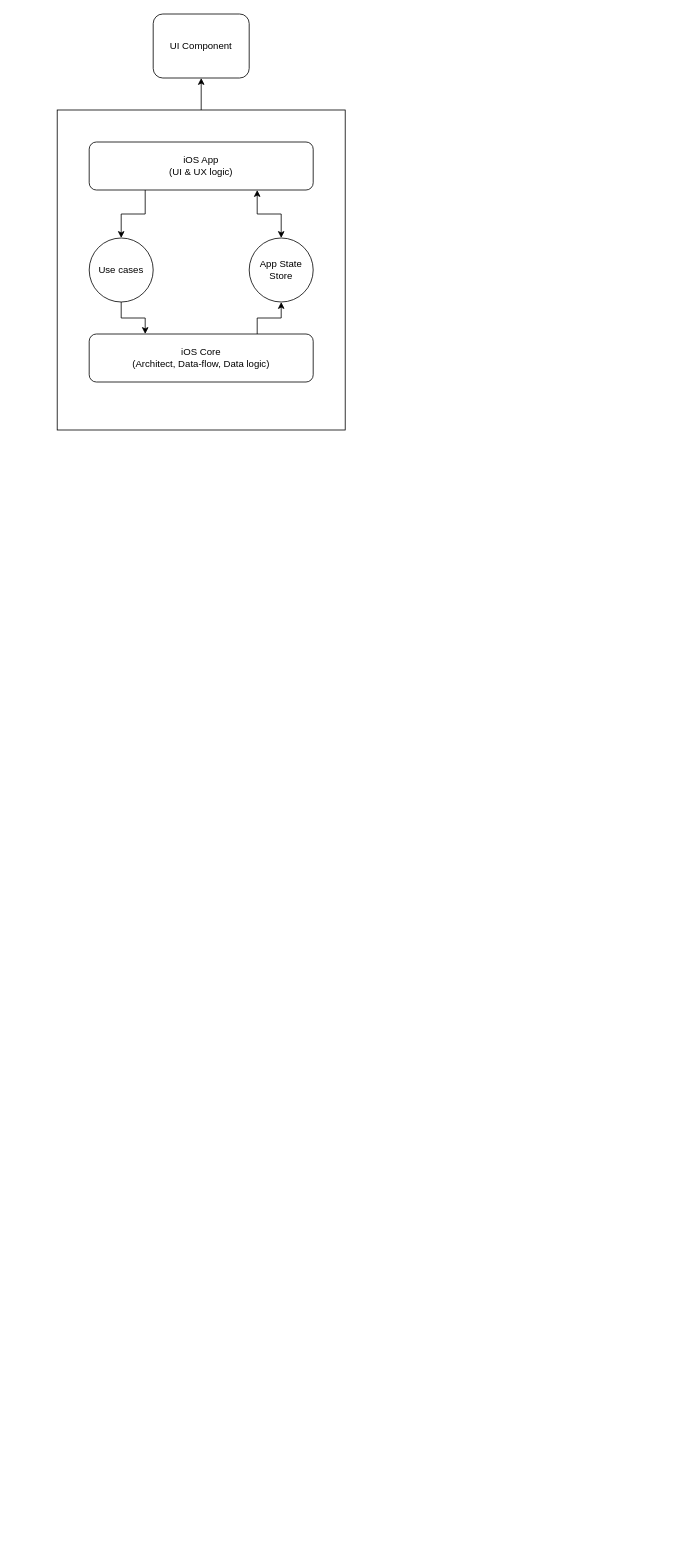
Above: iOS Architect.drawio in fanta1ty/weather_forecast (draw.io), before the change. Source tidied: cells renumbered, new cells numbered last; positions are measured from the earlier drawing's top-left corner, leaving out a move shared by most shapes. Both pictures are drawn from the tidied source at 80%, with x=0, y=0 at pixel (57, 14).
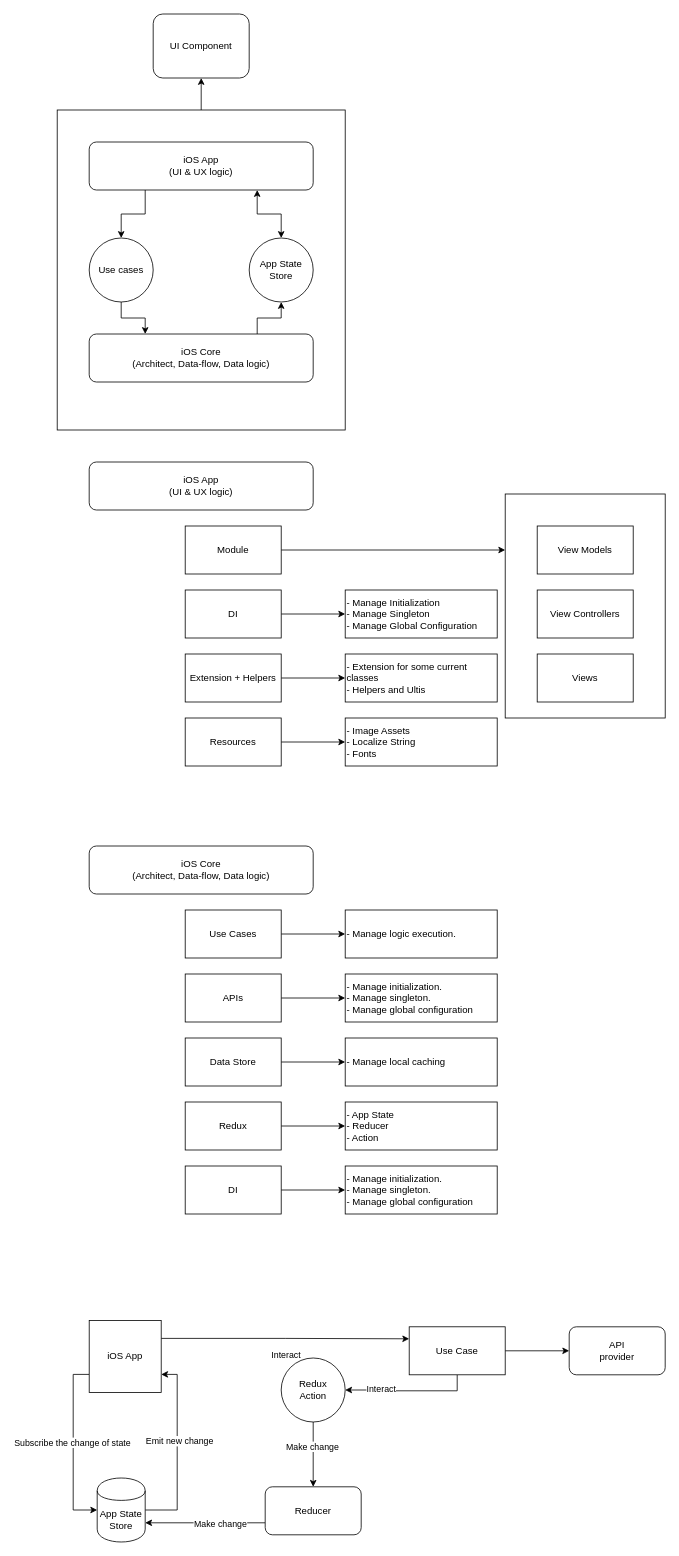
Above is the later version.

Diff of the diagram source:
```diff
@@
+    <mxCell id="13" style="rounded=0;whiteSpace=wrap;html=1;" parent="1" vertex="1">
+      <mxGeometry x="560" y="600" width="200" height="280" as="geometry" />
+    </mxCell>
@@
+    <mxCell id="14" value="iOS App&lt;br&gt;(UI &amp;amp; UX logic)" style="rounded=1;whiteSpace=wrap;html=1;" parent="1" vertex="1">
+      <mxGeometry x="40" y="560" width="280" height="60" as="geometry" />
+    </mxCell>
+    <mxCell id="15" style="edgeStyle=orthogonalEdgeStyle;rounded=0;jettySize=auto;html=1;exitX=1;exitY=0.5;exitDx=0;exitDy=0;entryX=0;entryY=0.25;entryDx=0;entryDy=0;" parent="1" edge="1" source="16" target="13">
+      <mxGeometry relative="1" as="geometry" />
+    </mxCell>
+    <mxCell id="16" value="Module" style="rounded=0;whiteSpace=wrap;html=1;" parent="1" vertex="1">
+      <mxGeometry x="160" y="640" width="120" height="60" as="geometry" />
+    </mxCell>
+    <mxCell id="17" style="edgeStyle=orthogonalEdgeStyle;rounded=0;jettySize=auto;html=1;exitX=1;exitY=0.5;exitDx=0;exitDy=0;entryX=0;entryY=0.5;entryDx=0;entryDy=0;" parent="1" edge="1" source="18" target="26">
+      <mxGeometry relative="1" as="geometry" />
+    </mxCell>
+    <mxCell id="18" value="DI" style="rounded=0;whiteSpace=wrap;html=1;" parent="1" vertex="1">
+      <mxGeometry x="160" y="720" width="120" height="60" as="geometry" />
+    </mxCell>
+    <mxCell id="19" style="edgeStyle=orthogonalEdgeStyle;rounded=0;jettySize=auto;html=1;exitX=1;exitY=0.5;exitDx=0;exitDy=0;entryX=0;entryY=0.5;entryDx=0;entryDy=0;" parent="1" edge="1" source="20" target="27">
+      <mxGeometry relative="1" as="geometry" />
+    </mxCell>
+    <mxCell id="20" value="Extension + Helpers" style="rounded=0;whiteSpace=wrap;html=1;" parent="1" vertex="1">
+      <mxGeometry x="160" y="800" width="120" height="60" as="geometry" />
+    </mxCell>
+    <mxCell id="21" style="edgeStyle=orthogonalEdgeStyle;rounded=0;jettySize=auto;html=1;exitX=1;exitY=0.5;exitDx=0;exitDy=0;" parent="1" edge="1" source="22" target="28">
+      <mxGeometry relative="1" as="geometry" />
+    </mxCell>
+    <mxCell id="22" value="Resources" style="rounded=0;whiteSpace=wrap;html=1;" parent="1" vertex="1">
+      <mxGeometry x="160" y="880" width="120" height="60" as="geometry" />
+    </mxCell>
+    <mxCell id="23" value="View Models" style="rounded=0;whiteSpace=wrap;html=1;" parent="1" vertex="1">
+      <mxGeometry x="600" y="640" width="120" height="60" as="geometry" />
+    </mxCell>
+    <mxCell id="24" value="View Controllers" style="rounded=0;whiteSpace=wrap;html=1;" parent="1" vertex="1">
+      <mxGeometry x="600" y="720" width="120" height="60" as="geometry" />
+    </mxCell>
+    <mxCell id="25" value="Views" style="rounded=0;whiteSpace=wrap;html=1;" parent="1" vertex="1">
+      <mxGeometry x="600" y="800" width="120" height="60" as="geometry" />
+    </mxCell>
+    <mxCell id="26" value="- Manage Initialization&lt;br&gt;- Manage Singleton&lt;br&gt;&lt;div&gt;&lt;span&gt;- Manage Global Configuration&lt;/span&gt;&lt;/div&gt;" style="rounded=0;whiteSpace=wrap;html=1;align=left;" parent="1" vertex="1">
+      <mxGeometry x="360" y="720" width="190" height="60" as="geometry" />
+    </mxCell>
+    <mxCell id="27" value="- Extension for some current classes&lt;br&gt;- Helpers and Ultis" style="rounded=0;whiteSpace=wrap;html=1;align=left;" parent="1" vertex="1">
+      <mxGeometry x="360" y="800" width="190" height="60" as="geometry" />
+    </mxCell>
+    <mxCell id="28" value="- Image Assets&lt;br&gt;- Localize String&lt;br&gt;- Fonts" style="rounded=0;whiteSpace=wrap;html=1;align=left;" parent="1" vertex="1">
+      <mxGeometry x="360" y="880" width="190" height="60" as="geometry" />
+    </mxCell>
+    <mxCell id="29" value="iOS Core&lt;br&gt;(Architect, Data-flow, Data logic)" style="rounded=1;whiteSpace=wrap;html=1;" parent="1" vertex="1">
+      <mxGeometry x="40" y="1040" width="280" height="60" as="geometry" />
+    </mxCell>
+    <mxCell id="30" style="edgeStyle=orthogonalEdgeStyle;rounded=0;jettySize=auto;html=1;exitX=1;exitY=0.5;exitDx=0;exitDy=0;entryX=0;entryY=0.5;entryDx=0;entryDy=0;" parent="1" edge="1" source="31" target="40">
+      <mxGeometry relative="1" as="geometry" />
+    </mxCell>
+    <mxCell id="31" value="Use Cases" style="rounded=0;whiteSpace=wrap;html=1;" parent="1" vertex="1">
+      <mxGeometry x="160" y="1120" width="120" height="60" as="geometry" />
+    </mxCell>
+    <mxCell id="32" style="edgeStyle=orthogonalEdgeStyle;rounded=0;jettySize=auto;html=1;exitX=1;exitY=0.5;exitDx=0;exitDy=0;entryX=0;entryY=0.5;entryDx=0;entryDy=0;" parent="1" edge="1" source="33" target="41">
+      <mxGeometry relative="1" as="geometry" />
+    </mxCell>
+    <mxCell id="33" value="APIs" style="rounded=0;whiteSpace=wrap;html=1;" parent="1" vertex="1">
+      <mxGeometry x="160" y="1200" width="120" height="60" as="geometry" />
+    </mxCell>
+    <mxCell id="34" style="edgeStyle=orthogonalEdgeStyle;rounded=0;jettySize=auto;html=1;entryX=0;entryY=0.5;entryDx=0;entryDy=0;" parent="1" edge="1" source="35" target="42">
+      <mxGeometry relative="1" as="geometry" />
+    </mxCell>
+    <mxCell id="35" value="Data Store" style="rounded=0;whiteSpace=wrap;html=1;" parent="1" vertex="1">
+      <mxGeometry x="160" y="1280" width="120" height="60" as="geometry" />
+    </mxCell>
+    <mxCell id="36" style="edgeStyle=orthogonalEdgeStyle;rounded=0;jettySize=auto;html=1;exitX=1;exitY=0.5;exitDx=0;exitDy=0;" parent="1" edge="1" source="37" target="43">
+      <mxGeometry relative="1" as="geometry" />
+    </mxCell>
+    <mxCell id="37" value="Redux" style="rounded=0;whiteSpace=wrap;html=1;" parent="1" vertex="1">
+      <mxGeometry x="160" y="1360" width="120" height="60" as="geometry" />
+    </mxCell>
+    <mxCell id="38" style="edgeStyle=orthogonalEdgeStyle;rounded=0;jettySize=auto;html=1;exitX=1;exitY=0.5;exitDx=0;exitDy=0;entryX=0;entryY=0.5;entryDx=0;entryDy=0;" parent="1" edge="1" source="39" target="44">
+      <mxGeometry relative="1" as="geometry" />
+    </mxCell>
+    <mxCell id="39" value="DI" style="rounded=0;whiteSpace=wrap;html=1;" parent="1" vertex="1">
+      <mxGeometry x="160" y="1440" width="120" height="60" as="geometry" />
+    </mxCell>
+    <mxCell id="40" value="- Manage logic execution." style="rounded=0;whiteSpace=wrap;html=1;align=left;" parent="1" vertex="1">
+      <mxGeometry x="360" y="1120" width="190" height="60" as="geometry" />
+    </mxCell>
+    <mxCell id="41" value="- Manage initialization.&lt;br&gt;- Manage singleton.&lt;br&gt;- Manage global configuration" style="rounded=0;whiteSpace=wrap;html=1;align=left;" parent="1" vertex="1">
+      <mxGeometry x="360" y="1200" width="190" height="60" as="geometry" />
+    </mxCell>
+    <mxCell id="42" value="- Manage local caching" style="rounded=0;whiteSpace=wrap;html=1;align=left;" parent="1" vertex="1">
+      <mxGeometry x="360" y="1280" width="190" height="60" as="geometry" />
+    </mxCell>
+    <mxCell id="43" value="- App State&lt;br&gt;- Reducer&lt;br&gt;- Action" style="rounded=0;whiteSpace=wrap;html=1;align=left;" parent="1" vertex="1">
+      <mxGeometry x="360" y="1360" width="190" height="60" as="geometry" />
+    </mxCell>
+    <mxCell id="44" value="- Manage initialization.&lt;br&gt;- Manage singleton.&lt;br&gt;- Manage global configuration" style="rounded=0;whiteSpace=wrap;html=1;align=left;" parent="1" vertex="1">
+      <mxGeometry x="360" y="1440" width="190" height="60" as="geometry" />
+    </mxCell>
+    <mxCell id="45" style="edgeStyle=orthogonalEdgeStyle;rounded=0;jettySize=auto;html=1;exitX=0;exitY=0.75;exitDx=0;exitDy=0;entryX=0;entryY=0.5;entryDx=0;entryDy=0;" parent="1" edge="1" source="49" target="52">
+      <mxGeometry relative="1" as="geometry" />
+    </mxCell>
+    <mxCell id="46" value="Subscribe the change of state" style="edgeLabel;html=1;align=center;verticalAlign=middle;" parent="45" vertex="1">
+      <mxGeometry x="-0.04" y="-2" relative="1" as="geometry" />
+    </mxCell>
+    <mxCell id="47" style="edgeStyle=orthogonalEdgeStyle;rounded=0;jettySize=auto;html=1;exitX=1;exitY=0.25;exitDx=0;exitDy=0;entryX=0;entryY=0.25;entryDx=0;entryDy=0;" parent="1" edge="1" source="49" target="62">
+      <mxGeometry relative="1" as="geometry" />
+    </mxCell>
+    <mxCell id="48" value="Interact" style="edgeLabel;html=1;align=center;verticalAlign=middle;" parent="47" vertex="1">
+      <mxGeometry y="21" relative="1" as="geometry">
+        <mxPoint x="-21" y="20" as="offset" />
+      </mxGeometry>
+    </mxCell>
+    <mxCell id="49" value="iOS App" style="whiteSpace=wrap;html=1;" parent="1" vertex="1">
+      <mxGeometry x="40" y="1633" width="90" height="90" as="geometry" />
+    </mxCell>
+    <mxCell id="50" style="edgeStyle=orthogonalEdgeStyle;rounded=0;jettySize=auto;html=1;exitX=1;exitY=0.5;exitDx=0;exitDy=0;entryX=1;entryY=0.75;entryDx=0;entryDy=0;" parent="1" edge="1" source="52" target="49">
+      <mxGeometry relative="1" as="geometry">
+        <Array as="points">
+          <mxPoint x="150" y="1870" />
+          <mxPoint x="150" y="1700" />
+        </Array>
+      </mxGeometry>
+    </mxCell>
+    <mxCell id="51" value="Emit new change" style="edgeLabel;html=1;align=center;verticalAlign=middle;" parent="50" vertex="1">
+      <mxGeometry x="0.11" y="-2" relative="1" as="geometry" />
+    </mxCell>
+    <mxCell id="52" value="App State Store" style="shape=cylinder;whiteSpace=wrap;html=1;boundedLbl=1;backgroundOutline=1;" parent="1" vertex="1">
+      <mxGeometry x="50" y="1830" width="60" height="80" as="geometry" />
+    </mxCell>
+    <mxCell id="53" style="edgeStyle=orthogonalEdgeStyle;rounded=0;jettySize=auto;html=1;exitX=0;exitY=0.75;exitDx=0;exitDy=0;entryX=1;entryY=0.7;entryDx=0;entryDy=0;" parent="1" edge="1" source="55" target="52">
+      <mxGeometry relative="1" as="geometry" />
+    </mxCell>
+    <mxCell id="54" value="Make change" style="edgeLabel;html=1;align=center;verticalAlign=middle;" parent="53" vertex="1">
+      <mxGeometry x="-0.24" y="1" relative="1" as="geometry" />
+    </mxCell>
+    <mxCell id="55" value="Reducer" style="rounded=1;whiteSpace=wrap;html=1;" parent="1" vertex="1">
+      <mxGeometry x="260" y="1841" width="120" height="60" as="geometry" />
+    </mxCell>
+    <mxCell id="56" style="edgeStyle=orthogonalEdgeStyle;rounded=0;jettySize=auto;html=1;exitX=0.5;exitY=1;exitDx=0;exitDy=0;entryX=0.5;entryY=0;entryDx=0;entryDy=0;" parent="1" edge="1" source="58" target="55">
+      <mxGeometry relative="1" as="geometry" />
+    </mxCell>
+    <mxCell id="57" value="Make change" style="edgeLabel;html=1;align=center;verticalAlign=middle;" parent="56" vertex="1">
+      <mxGeometry x="-0.25" y="-2" relative="1" as="geometry" />
+    </mxCell>
+    <mxCell id="58" value="Redux&lt;br&gt;Action" style="ellipse;whiteSpace=wrap;html=1;" parent="1" vertex="1">
+      <mxGeometry x="280" y="1680" width="80" height="80" as="geometry" />
+    </mxCell>
+    <mxCell id="59" style="edgeStyle=orthogonalEdgeStyle;rounded=0;jettySize=auto;html=1;exitX=0.5;exitY=1;exitDx=0;exitDy=0;entryX=1;entryY=0.5;entryDx=0;entryDy=0;" parent="1" edge="1" source="62" target="58">
+      <mxGeometry relative="1" as="geometry" />
+    </mxCell>
+    <mxCell id="60" value="Interact" style="edgeLabel;html=1;align=center;verticalAlign=middle;" parent="59" vertex="1">
+      <mxGeometry x="0.44" y="-3" relative="1" as="geometry" />
+    </mxCell>
+    <mxCell id="61" style="edgeStyle=orthogonalEdgeStyle;rounded=0;jettySize=auto;html=1;entryX=0;entryY=0.5;entryDx=0;entryDy=0;" parent="1" edge="1" source="62" target="63">
+      <mxGeometry relative="1" as="geometry" />
+    </mxCell>
+    <mxCell id="62" value="Use Case" style="rounded=0;whiteSpace=wrap;html=1;" parent="1" vertex="1">
+      <mxGeometry x="440" y="1641" width="120" height="60" as="geometry" />
+    </mxCell>
+    <mxCell id="63" value="API&lt;br&gt;provider" style="rounded=1;whiteSpace=wrap;html=1;" parent="1" vertex="1">
+      <mxGeometry x="640" y="1641" width="120" height="60" as="geometry" />
+    </mxCell>
```
